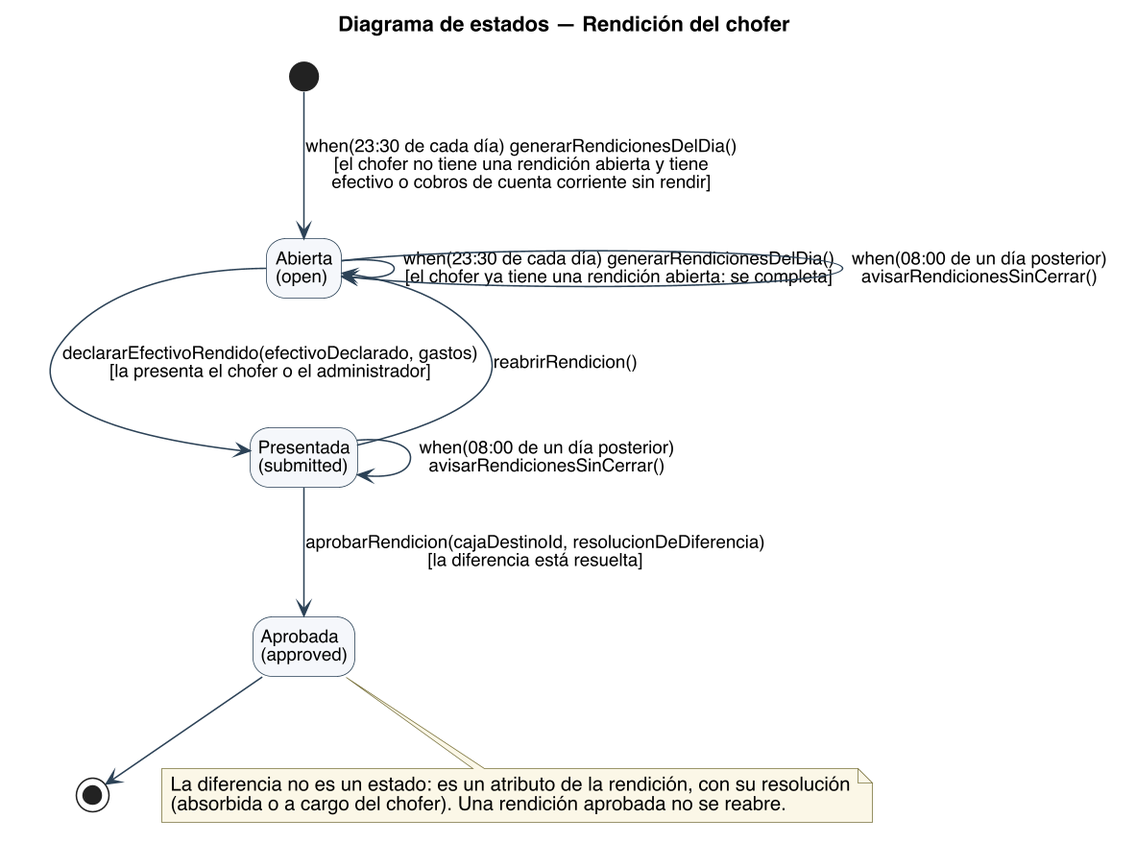
Above: diagramas/uml/UML_Estados_RendicionChofer.png in Nahuelito-Dev/splg-docs (PlantUML), before the change. Source of this version:
```plantuml
@startuml
title Diagrama de estados — Rendición del chofer
skinparam backgroundColor #FFFFFF
skinparam shadowing false
skinparam defaultFontName Helvetica
skinparam defaultFontSize 13
skinparam dpi 150
skinparam ArrowColor #2C4257
skinparam state {
  BorderColor #2C4257
  BackgroundColor #F4F7FA
  StartColor #2C4257
  EndColor #2C4257
  AttributeFontSize 12
}
skinparam ArrowFontSize 12
skinparam NoteBackgroundColor #FBF7E6
skinparam NoteBorderColor #7A7340
hide empty description
state "Abierta\n(open)" as ABI
state "Presentada\n(submitted)" as PRE
state "Aprobada\n(approved)" as APR

[*] --> ABI : when(23:30 de cada día) generarRendicionesDelDia()\n[el chofer no tiene una rendición abierta y tiene\nefectivo o cobros de cuenta corriente sin rendir]
ABI --> ABI : when(23:30 de cada día) generarRendicionesDelDia()\n[el chofer ya tiene una rendición abierta: se completa]
ABI --> PRE : declararEfectivoRendido(efectivoDeclarado, gastos)\n[la presenta el chofer o el administrador]
PRE --> ABI : reabrirRendicion()
PRE --> APR : aprobarRendicion(cajaDestinoId, resolucionDeDiferencia)\n[la diferencia está resuelta]
ABI --> ABI : when(08:00 de un día posterior)\navisarRendicionesSinCerrar()
PRE --> PRE : when(08:00 de un día posterior)\navisarRendicionesSinCerrar()
APR --> [*]

note bottom of APR
  La diferencia no es un estado: es un atributo de la rendición, con su resolución
  (absorbida o a cargo del chofer). Una rendición aprobada no se reabre.
end note
@enduml
```
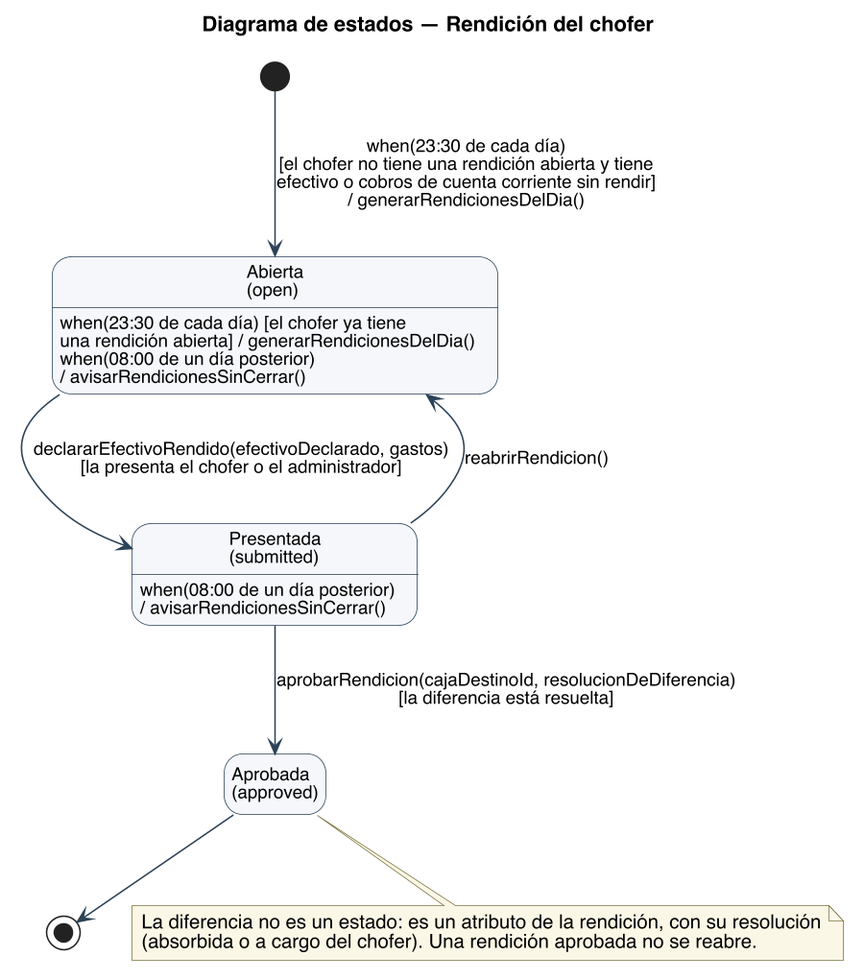
The same diagram one commit later.

What changed in the source:
```diff
@@ -21,13 +21,13 @@
 state "Presentada\n(submitted)" as PRE
 state "Aprobada\n(approved)" as APR
 
-[*] --> ABI : when(23:30 de cada día) generarRendicionesDelDia()\n[el chofer no tiene una rendición abierta y tiene\nefectivo o cobros de cuenta corriente sin rendir]
-ABI --> ABI : when(23:30 de cada día) generarRendicionesDelDia()\n[el chofer ya tiene una rendición abierta: se completa]
+[*] --> ABI : when(23:30 de cada día)\n[el chofer no tiene una rendición abierta y tiene\nefectivo o cobros de cuenta corriente sin rendir]\n/ generarRendicionesDelDia()
+ABI : when(23:30 de cada día) [el chofer ya tiene\nuna rendición abierta] / generarRendicionesDelDia()
 ABI --> PRE : declararEfectivoRendido(efectivoDeclarado, gastos)\n[la presenta el chofer o el administrador]
 PRE --> ABI : reabrirRendicion()
 PRE --> APR : aprobarRendicion(cajaDestinoId, resolucionDeDiferencia)\n[la diferencia está resuelta]
-ABI --> ABI : when(08:00 de un día posterior)\navisarRendicionesSinCerrar()
-PRE --> PRE : when(08:00 de un día posterior)\navisarRendicionesSinCerrar()
+ABI : when(08:00 de un día posterior)\n/ avisarRendicionesSinCerrar()
+PRE : when(08:00 de un día posterior)\n/ avisarRendicionesSinCerrar()
 APR --> [*]
 
 note bottom of APR
```
